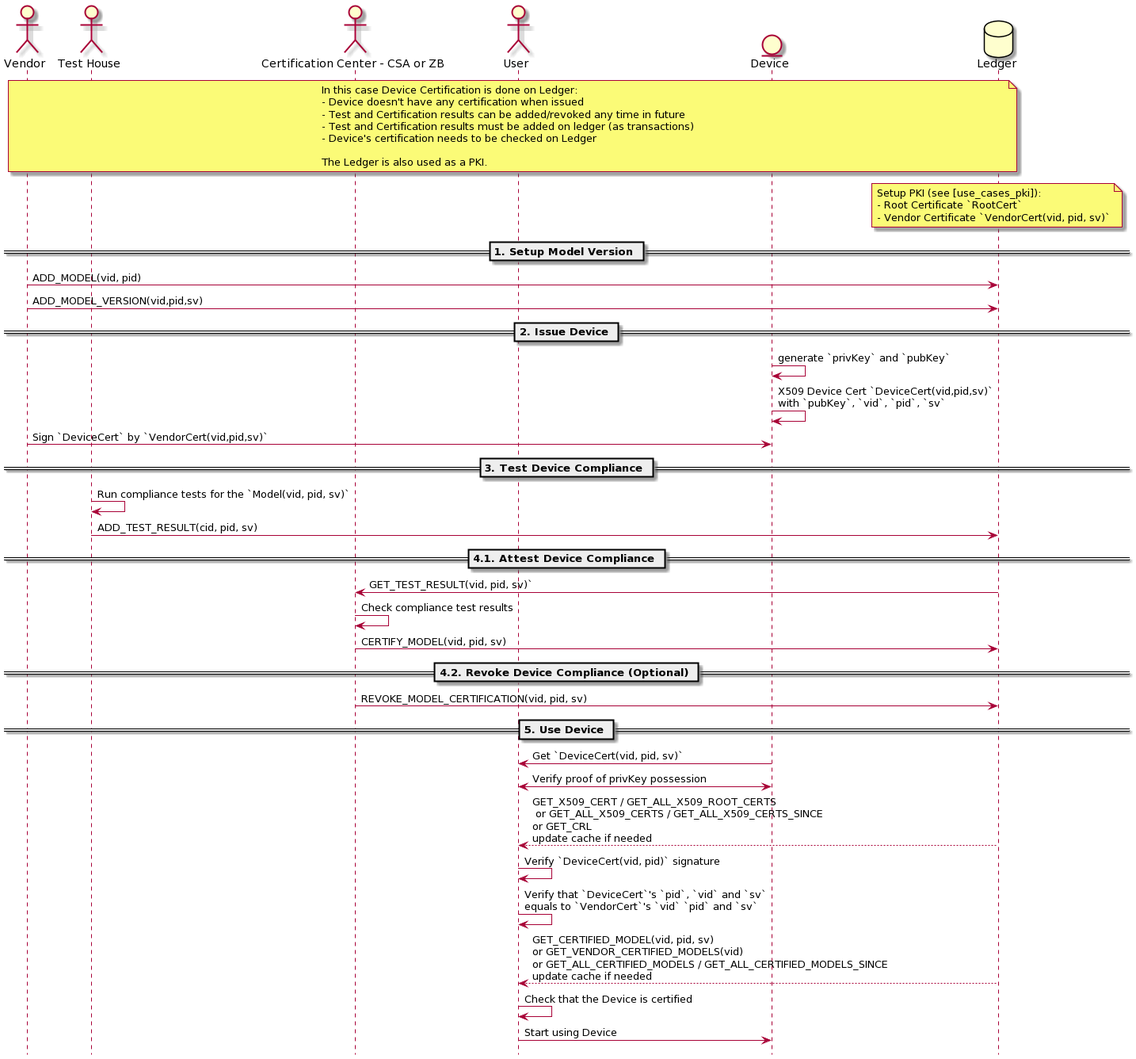
Above: docs/use_cases/use_cases_device_on_ledger_certification.png in zigbee-alliance/distributed-compliance-ledger (PlantUML), before the change.
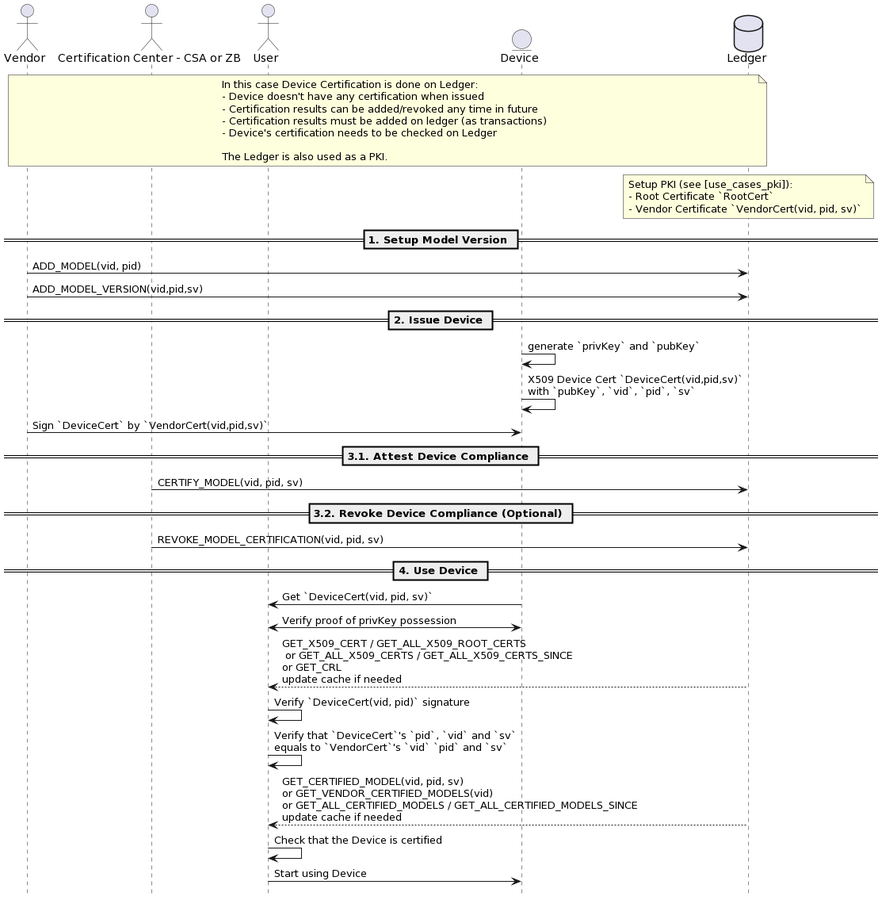
After the commit.

Diff of the diagram source:
```diff
@@ -3,7 +3,6 @@
 hide footbox
 
 actor Vendor as V
-actor "Test House" as T
 actor "Certification Center - CSA or ZB" as C
 actor User as U
 entity Device as D
@@ -12,8 +11,8 @@
 note over V, L
 In this case Device Certification is done on Ledger:
 - Device doesn't have any certification when issued
-- Test and Certification results can be added/revoked any time in future
-- Test and Certification results must be added on ledger (as transactions)
+- Certification results can be added/revoked any time in future
+- Certification results must be added on ledger (as transactions)
 - Device's certification needs to be checked on Ledger
 
 The Ledger is also used as a PKI.
@@ -34,20 +33,13 @@
 D -> D: X509 Device Cert `DeviceCert(vid,pid,sv)`\nwith `pubKey`, `vid`, `pid`, `sv`
 V -> D: Sign `DeviceCert` by `VendorCert(vid,pid,sv)`
 
-== 3. Test Device Compliance ==
-T -> T: Run compliance tests for the `Model(vid, pid, sv)`
-T -> L: ADD_TEST_RESULT(cid, pid, sv)
-
-== 4.1. Attest Device Compliance ==
-C <- L: GET_TEST_RESULT(vid, pid, sv)`
-C -> C: Check compliance test results
+== 3.1. Attest Device Compliance ==
 C -> L: CERTIFY_MODEL(vid, pid, sv)
 
-
-== 4.2. Revoke Device Compliance (Optional) ==
+== 3.2. Revoke Device Compliance (Optional) ==
 C -> L: REVOKE_MODEL_CERTIFICATION(vid, pid, sv)
 
-== 5. Use Device ==
+== 4. Use Device ==
 U <- D: Get `DeviceCert(vid, pid, sv)`
 U <-> D: Verify proof of privKey possession
 U <-- L: GET_X509_CERT / GET_ALL_X509_ROOT_CERTS\n or GET_ALL_X509_CERTS / GET_ALL_X509_CERTS_SINCE\nor GET_CRL\nupdate cache if needed
```
